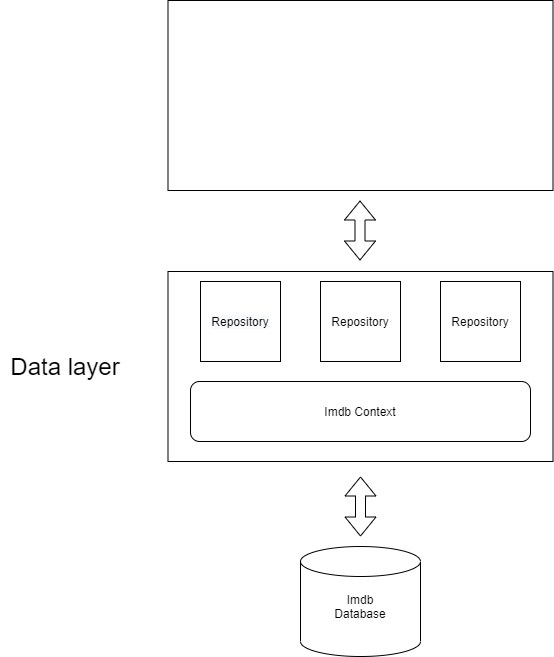
This is Dataservices/Overall Architecture.png from Ec2IsDifficult/ProjectPortfolio2Group3, a draw.io export, as it was before one commit. Source tidied: cells renumbered, new cells last; positions are measured from the earlier drawing's top-left corner, leaving out a move shared by most shapes.
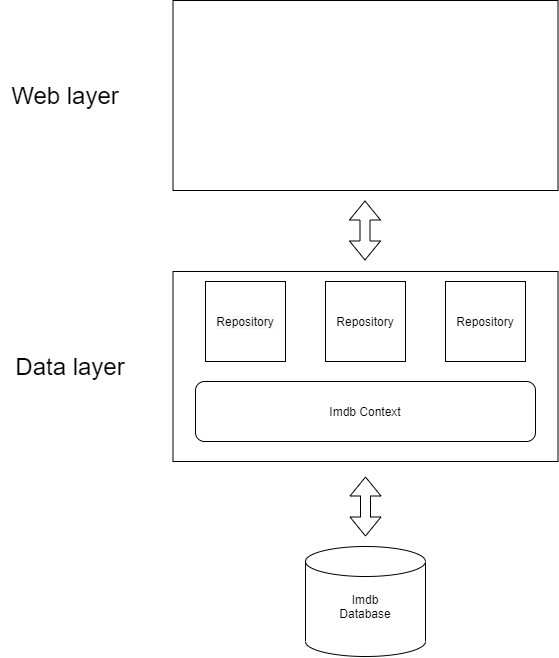
After the commit.

Diff of the diagram source:
```diff
@@ -50,5 +50,8 @@
     <mxCell id="15" style="rounded=0;whiteSpace=wrap;html=1;" parent="1" vertex="1">
       <mxGeometry x="167.5" width="385" height="190" as="geometry" />
     </mxCell>
+    <mxCell id="16" value="&lt;font style=&quot;font-size: 24px&quot;&gt;Web layer&lt;/font&gt;" style="text;html=1;strokeColor=none;fillColor=none;align=center;verticalAlign=middle;whiteSpace=wrap;rounded=0;" parent="1" vertex="1">
+      <mxGeometry x="-5" y="85" width="130" height="20" as="geometry" />
+    </mxCell>
   </root>
 </mxGraphModel>
```
